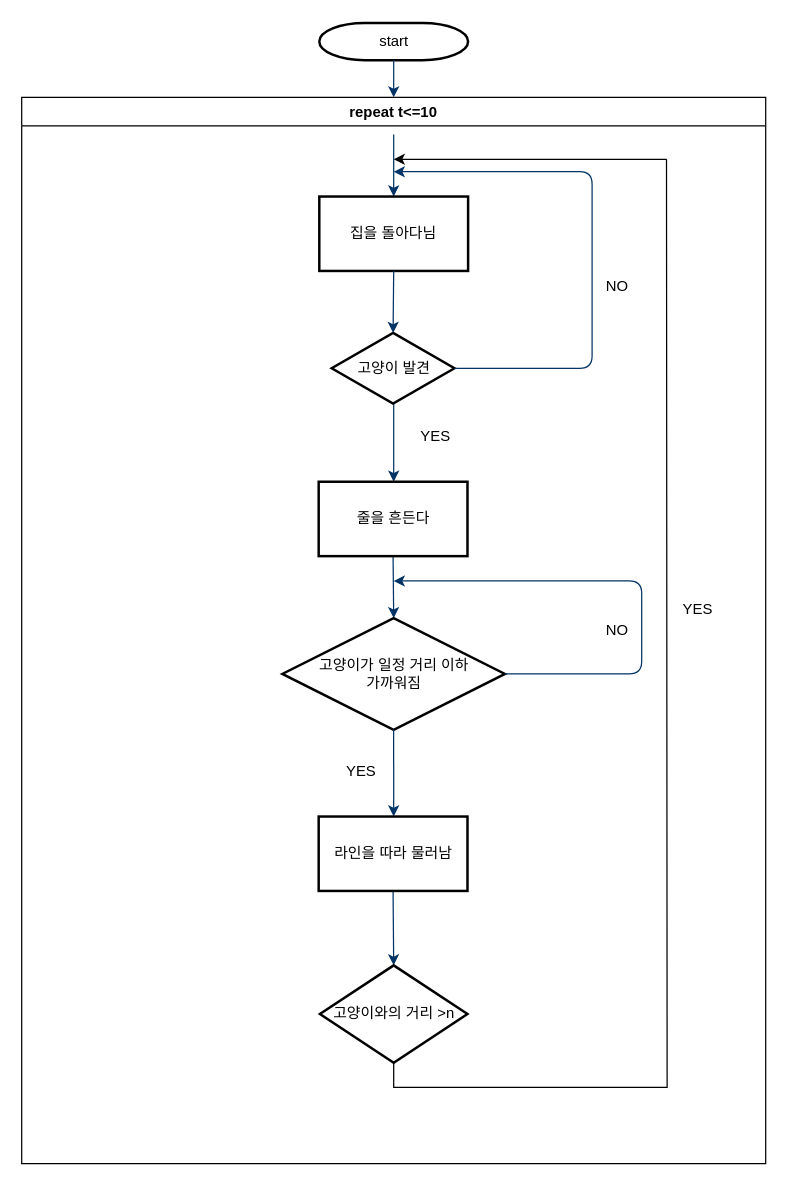
may0611/Robotics_team6 keeps this draw.io diagram as 제목 없는 다이어그램.drawio. Above is the earlier version. Source tidied: cells renumbered, new cells numbered last; positions are measured from the earlier drawing's top-left corner, leaving out a move shared by most shapes. Both pictures are drawn from the tidied source at 124%, with x=0, y=0 at pixel (21, 22).
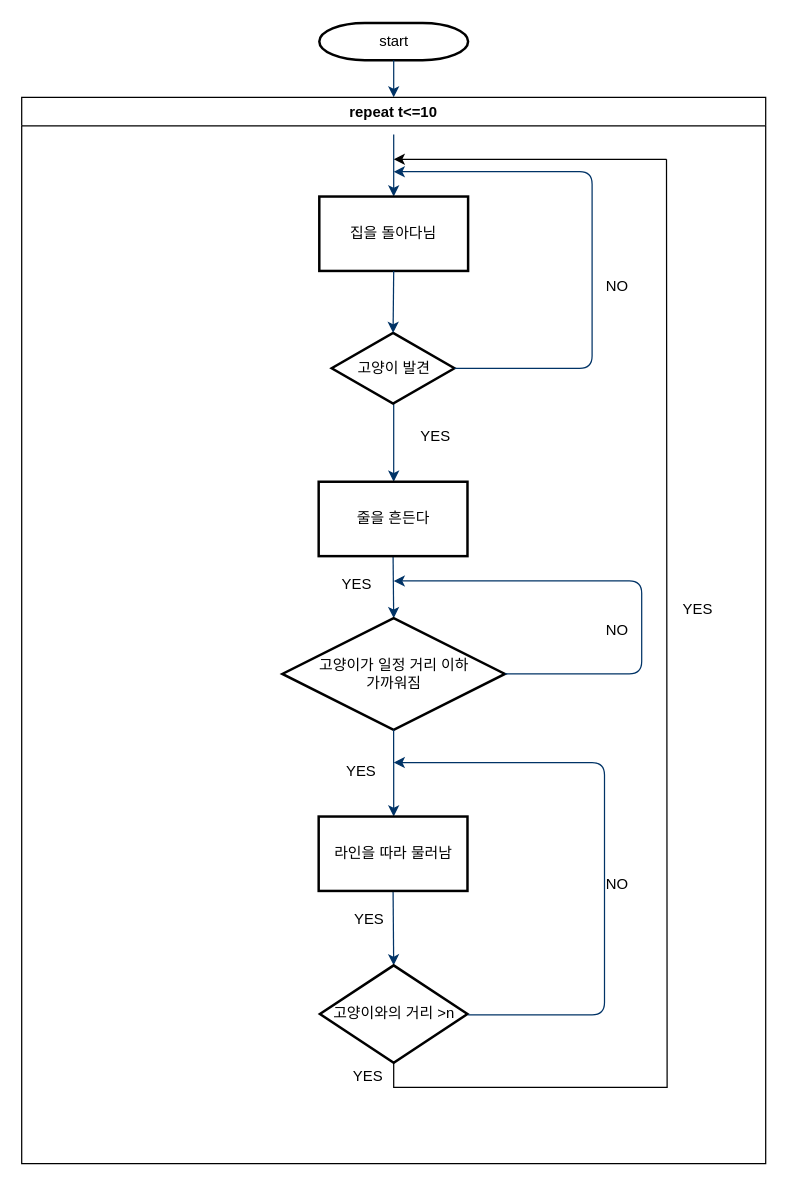
The same page after the edit.

Commit message:
robotics_final_algorithm

The change refers to these unchanged cells:
```xml
<mxCell id="8" value="repeat t&amp;lt;=10" style="swimlane;whiteSpace=wrap;html=1;" parent="1" vertex="1">
  <mxGeometry y="60" width="600" height="860" as="geometry" />
</mxCell>
<mxCell id="23" value="YES" style="text;fontStyle=0;html=1;strokeColor=none;gradientColor=none;fillColor=none;strokeWidth=2;" parent="8" vertex="1">
  <mxGeometry x="260" y="530" width="40" height="26" as="geometry" />
</mxCell>
```

Change to the diagram source:
```diff
@@
+    <mxCell id="26" style="edgeStyle=elbowEdgeStyle;elbow=horizontal;fontStyle=1;strokeColor=#003366;strokeWidth=1;html=1;entryX=1;entryY=0.25;entryDx=0;entryDy=0;" parent="8" edge="1" target="23">
+      <mxGeometry x="141" y="-331.5" as="geometry">
+        <mxPoint x="360" y="740" as="sourcePoint" />
+        <Array as="points">
+          <mxPoint x="470" y="640" />
+        </Array>
+      </mxGeometry>
+    </mxCell>
+    <mxCell id="27" value="NO" style="text;html=1;align=center;verticalAlign=middle;strokeColor=none;fillColor=none;" parent="8" vertex="1">
+      <mxGeometry x="460" y="620" width="40" height="30" as="geometry" />
+    </mxCell>
@@
+    <mxCell id="28" value="YES" style="text;html=1;align=center;verticalAlign=middle;strokeColor=none;fillColor=none;" parent="1" vertex="1">
+      <mxGeometry x="255" y="708" width="50" height="30" as="geometry" />
+    </mxCell>
+    <mxCell id="29" value="YES" style="text;html=1;align=center;verticalAlign=middle;strokeColor=none;fillColor=none;" parent="1" vertex="1">
+      <mxGeometry x="254" y="835" width="50" height="30" as="geometry" />
+    </mxCell>
+    <mxCell id="30" value="YES" style="text;html=1;align=center;verticalAlign=middle;strokeColor=none;fillColor=none;" parent="1" vertex="1">
+      <mxGeometry x="245" y="438" width="50" height="30" as="geometry" />
+    </mxCell>
```
